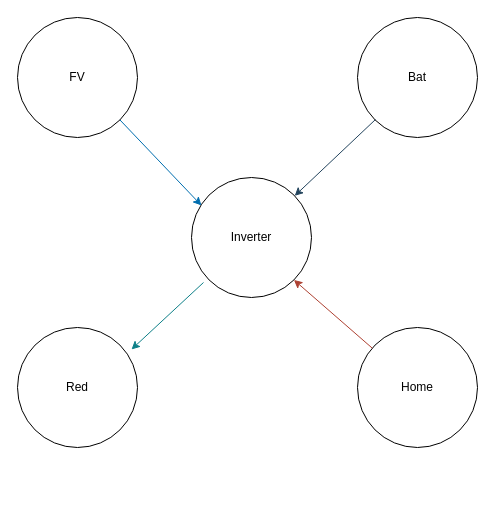
The draw.io diagram diagrams/xml/CursoFlowCharting-Flujo-Nodos-KitSolar.drawio.xml in GATORU-ACADEMY/Curso-FlowCharting-Principiante-2023, before the edit. Source tidied: cells renumbered, new cells numbered last; positions are measured from the earlier drawing's top-left corner, leaving out a move shared by most shapes. Both pictures are drawn from the tidied source at 100%, with x=0, y=0 at pixel (17, 17).
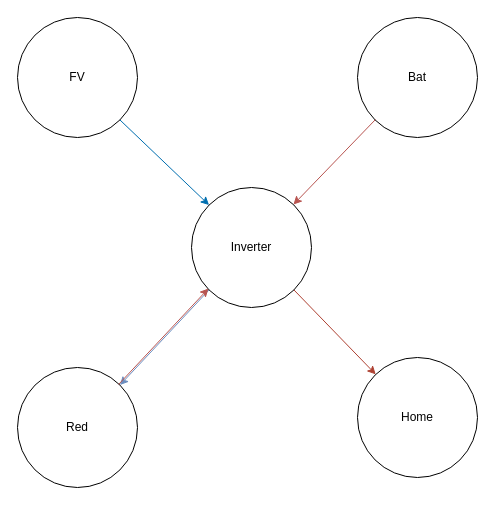
The same diagram, later.

Diff of the diagram source:
```diff
@@
 <mxGraphModel>
   <root>
     <mxCell id="0" />
     <mxCell id="1" parent="0" />
     <mxCell id="2" value="Inverter" style="ellipse;whiteSpace=wrap;html=1;" parent="1" vertex="1">
-      <mxGeometry x="174" y="160" width="120" height="120" as="geometry" />
+      <mxGeometry x="174" y="170" width="120" height="120" as="geometry" />
     </mxCell>
     <mxCell id="3" value="Red" style="ellipse;whiteSpace=wrap;html=1;" parent="1" vertex="1">
-      <mxGeometry y="310" width="120" height="120" as="geometry" />
+      <mxGeometry y="350" width="120" height="120" as="geometry" />
     </mxCell>
     <mxCell id="4" value="Home" style="ellipse;whiteSpace=wrap;html=1;fillColor=default;" parent="1" vertex="1">
-      <mxGeometry x="340" y="310" width="120" height="120" as="geometry" />
+      <mxGeometry x="340" y="340" width="120" height="120" as="geometry" />
     </mxCell>
     <mxCell id="5" value="FV" style="ellipse;whiteSpace=wrap;html=1;fillOpacity=100;" parent="1" vertex="1">
       <mxGeometry width="120" height="120" as="geometry" />
     </mxCell>
     <mxCell id="6" value="Bat" style="ellipse;whiteSpace=wrap;html=1;snapToPoint=1;" parent="1" vertex="1">
       <mxGeometry x="340" width="120" height="120" as="geometry" />
     </mxCell>
-    <mxCell id="7" style="endArrow=classic;html=1;rounded=0;exitX=1;exitY=1;exitDx=0;exitDy=0;entryX=0.083;entryY=0.233;entryDx=0;entryDy=0;entryPerimeter=0;flowAnimation=1;fillColor=#1ba1e2;strokeColor=#006EAF;" parent="1" edge="1" source="5" target="2">
+    <mxCell id="7" style="endArrow=classic;html=1;rounded=0;exitX=1;exitY=1;exitDx=0;exitDy=0;entryX=0;entryY=0;entryDx=0;entryDy=0;flowAnimation=1;fillColor=#1ba1e2;strokeColor=#006EAF;" parent="1" edge="1" source="5" target="2">
       <mxGeometry relative="1" as="geometry" />
     </mxCell>
-    <mxCell id="8" style="endArrow=classic;html=1;rounded=0;flowAnimation=1;fillColor=#bac8d3;strokeColor=#23445d;" parent="1" edge="1" source="6" target="2">
+    <mxCell id="8" style="endArrow=classic;html=1;rounded=0;flowAnimation=1;fillColor=#f8cecc;strokeColor=#b85450;" parent="1" edge="1" source="6" target="2">
       <mxGeometry relative="1" as="geometry" />
     </mxCell>
-    <mxCell id="9" style="endArrow=classic;html=1;rounded=0;exitX=0.1;exitY=0.875;exitDx=0;exitDy=0;exitPerimeter=0;entryX=0.95;entryY=0.183;entryDx=0;entryDy=0;entryPerimeter=0;fillColor=#b0e3e6;strokeColor=#0e8088;" parent="1" edge="1" source="2" target="3">
+    <mxCell id="9" style="endArrow=classic;html=1;rounded=0;exitX=0;exitY=1;exitDx=0;exitDy=0;entryX=1;entryY=0;entryDx=0;entryDy=0;fillColor=#dae8fc;strokeColor=#6c8ebf;flowAnimation=1;" parent="1" edge="1" source="2" target="3">
       <mxGeometry relative="1" as="geometry" />
     </mxCell>
-    <mxCell id="10" style="endArrow=classic;html=1;rounded=0;entryX=1;entryY=1;entryDx=0;entryDy=0;fillColor=#fad9d5;strokeColor=#ae4132;" parent="1" edge="1" source="4" target="2">
+    <mxCell id="10" style="endArrow=classic;html=1;rounded=0;fillColor=#fad9d5;strokeColor=#ae4132;startArrow=none;startFill=0;endFill=1;flowAnimation=1;noJump=0;exitX=1;exitY=1;exitDx=0;exitDy=0;" parent="1" edge="1" source="2" target="4">
       <mxGeometry relative="1" as="geometry" />
     </mxCell>
+    <mxCell id="11" style="endArrow=classic;html=1;rounded=0;exitX=0;exitY=1;exitDx=0;exitDy=0;entryX=1;entryY=0;entryDx=0;entryDy=0;fillColor=#f8cecc;strokeColor=#b85450;flowAnimation=1;" parent="1" edge="1">
+      <mxGeometry relative="1" as="geometry">
+        <mxPoint x="101" y="367" as="sourcePoint" />
+        <mxPoint x="191" y="271" as="targetPoint" />
+      </mxGeometry>
+    </mxCell>
   </root>
 </mxGraphModel>
```
